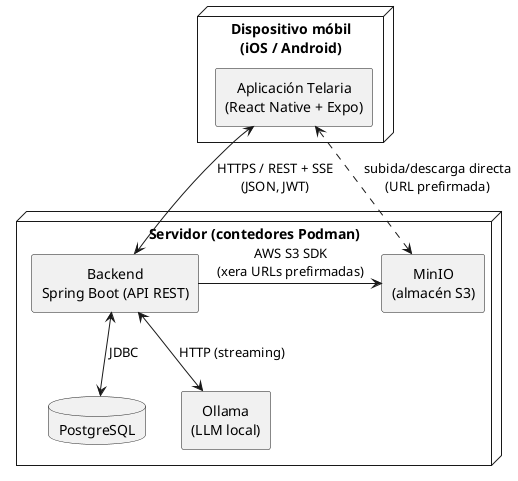
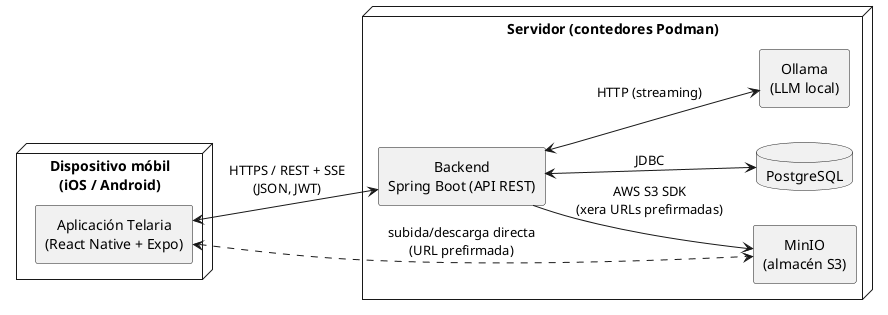
@startuml arquitectura
skinparam shadowing false
skinparam componentStyle rectangle
skinparam defaultTextAlignment center
+ left to right direction

node "Dispositivo móbil\n(iOS / Android)" as movil {
  component "Aplicación Telaria\n(React Native + Expo)" as app
}

node "Servidor (contedores Podman)" as servidor {
  component "Backend\nSpring Boot (API REST)" as backend
  database "PostgreSQL" as pg
  component "MinIO\n(almacén S3)" as minio
  component "Ollama\n(LLM local)" as ollama
}

- app <-down-> backend : HTTPS / REST + SSE\n(JSON, JWT)
+ app <--> backend : HTTPS / REST + SSE\n(JSON, JWT)
app <..> minio : subida/descarga directa\n(URL prefirmada)
- backend <-down-> pg : JDBC
- backend -right-> minio : AWS S3 SDK\n(xera URLs prefirmadas)
- backend <-down-> ollama : HTTP (streaming)
+ backend <--> pg : JDBC
+ backend --> minio : AWS S3 SDK\n(xera URLs prefirmadas)
+ backend <--> ollama : HTTP (streaming)
@enduml
